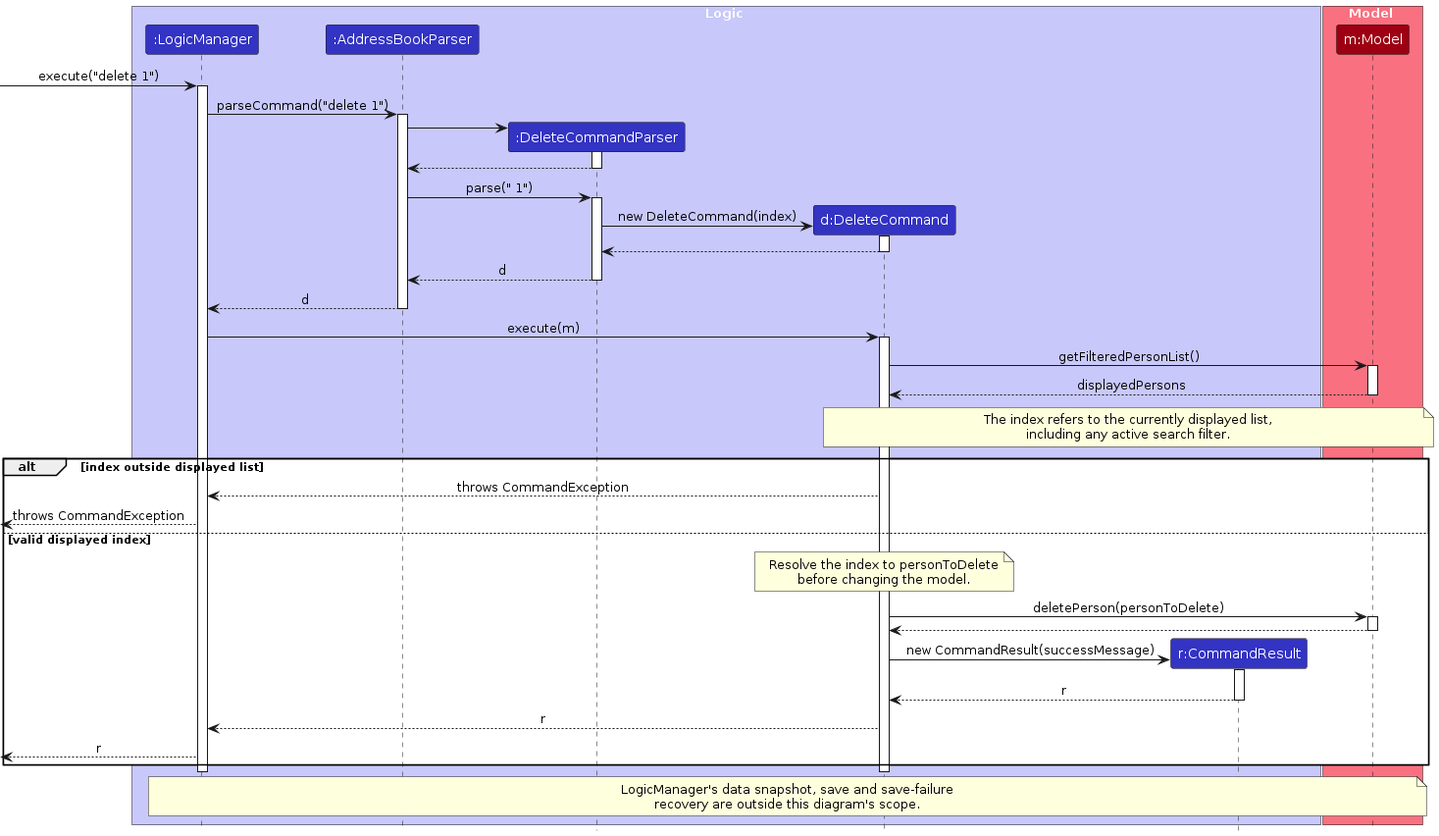
Before: diagrams/DeleteSequenceDiagram.png, a diagram exported from PlantUML (AY2627S1-CS2103T-T09-3/tp). Its source is kept beside it as diagrams/DeleteSequenceDiagram.puml.
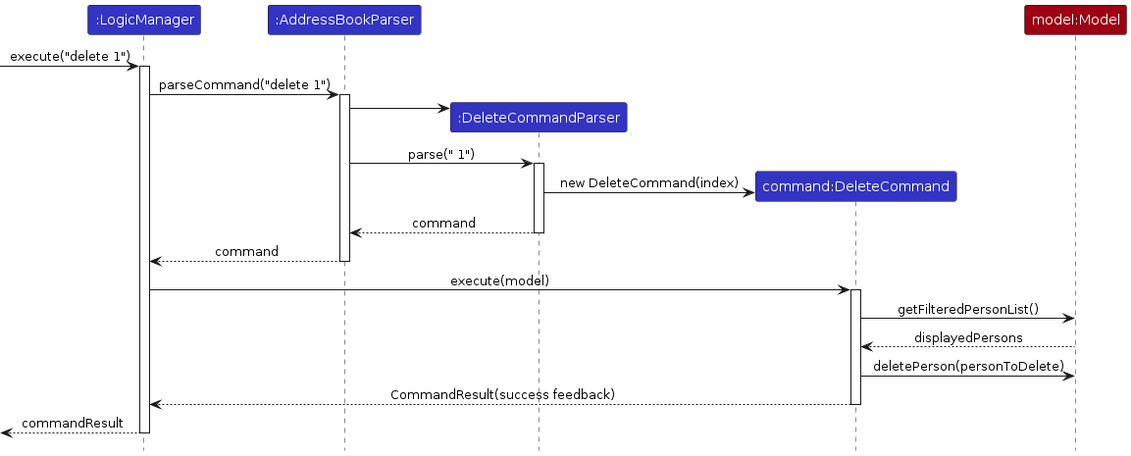
After the change.

What changed in the source:
```diff
@@ -3,87 +3,36 @@
 skinparam ArrowFontStyle plain
 skinparam ParticipantFontColor #FFFFFF
 
-box Logic LOGIC_COLOR_T1
 participant ":LogicManager" as LogicManager LOGIC_COLOR
 participant ":AddressBookParser" as AddressBookParser LOGIC_COLOR
 participant ":DeleteCommandParser" as DeleteCommandParser LOGIC_COLOR
-participant "d:DeleteCommand" as DeleteCommand LOGIC_COLOR
-participant "r:CommandResult" as CommandResult LOGIC_COLOR
-end box
-
-box Model MODEL_COLOR_T1
-participant "m:Model" as Model MODEL_COLOR
-end box
+participant "command:DeleteCommand" as DeleteCommand LOGIC_COLOR
+participant "model:Model" as Model MODEL_COLOR
 
 [-> LogicManager : execute("delete 1")
 activate LogicManager
-
 LogicManager -> AddressBookParser : parseCommand("delete 1")
 activate AddressBookParser
 
 create DeleteCommandParser
 AddressBookParser -> DeleteCommandParser
-activate DeleteCommandParser
-
-DeleteCommandParser --> AddressBookParser
-deactivate DeleteCommandParser
-
 AddressBookParser -> DeleteCommandParser : parse(" 1")
 activate DeleteCommandParser
 
 create DeleteCommand
 DeleteCommandParser -> DeleteCommand : new DeleteCommand(index)
-activate DeleteCommand
-
-DeleteCommand --> DeleteCommandParser :
-deactivate DeleteCommand
-
-DeleteCommandParser --> AddressBookParser : d
+DeleteCommandParser --> AddressBookParser : command
 deactivate DeleteCommandParser
-
-AddressBookParser --> LogicManager : d
+AddressBookParser --> LogicManager : command
 deactivate AddressBookParser
 
-LogicManager -> DeleteCommand : execute(m)
+LogicManager -> DeleteCommand : execute(model)
 activate DeleteCommand
-
 DeleteCommand -> Model : getFilteredPersonList()
-activate Model
 Model --> DeleteCommand : displayedPersons
-deactivate Model
-
-note over DeleteCommand, Model
-The index refers to the currently displayed list,
-including any active search filter.
-end note
-
-alt index outside displayed list
-    DeleteCommand --> LogicManager : throws CommandException
-    LogicManager -->[ : throws CommandException
-else valid displayed index
-    note over DeleteCommand
-    Resolve the index to personToDelete
-    before changing the model.
-    end note
-    DeleteCommand -> Model : deletePerson(personToDelete)
-    activate Model
-    Model --> DeleteCommand
-    deactivate Model
-
-    create CommandResult
-    DeleteCommand -> CommandResult : new CommandResult(successMessage)
-    activate CommandResult
-    CommandResult --> DeleteCommand : r
-    deactivate CommandResult
-
-    DeleteCommand --> LogicManager : r
-    LogicManager -->[ : r
-end
+DeleteCommand -> Model : deletePerson(personToDelete)
+DeleteCommand --> LogicManager : CommandResult(success feedback)
 deactivate DeleteCommand
+LogicManager -->[ : commandResult
 deactivate LogicManager
-
-note over LogicManager, Model
-LogicManager's data snapshot, save and save-failure
-recovery are outside this diagram's scope.
-end note
 @enduml
```
